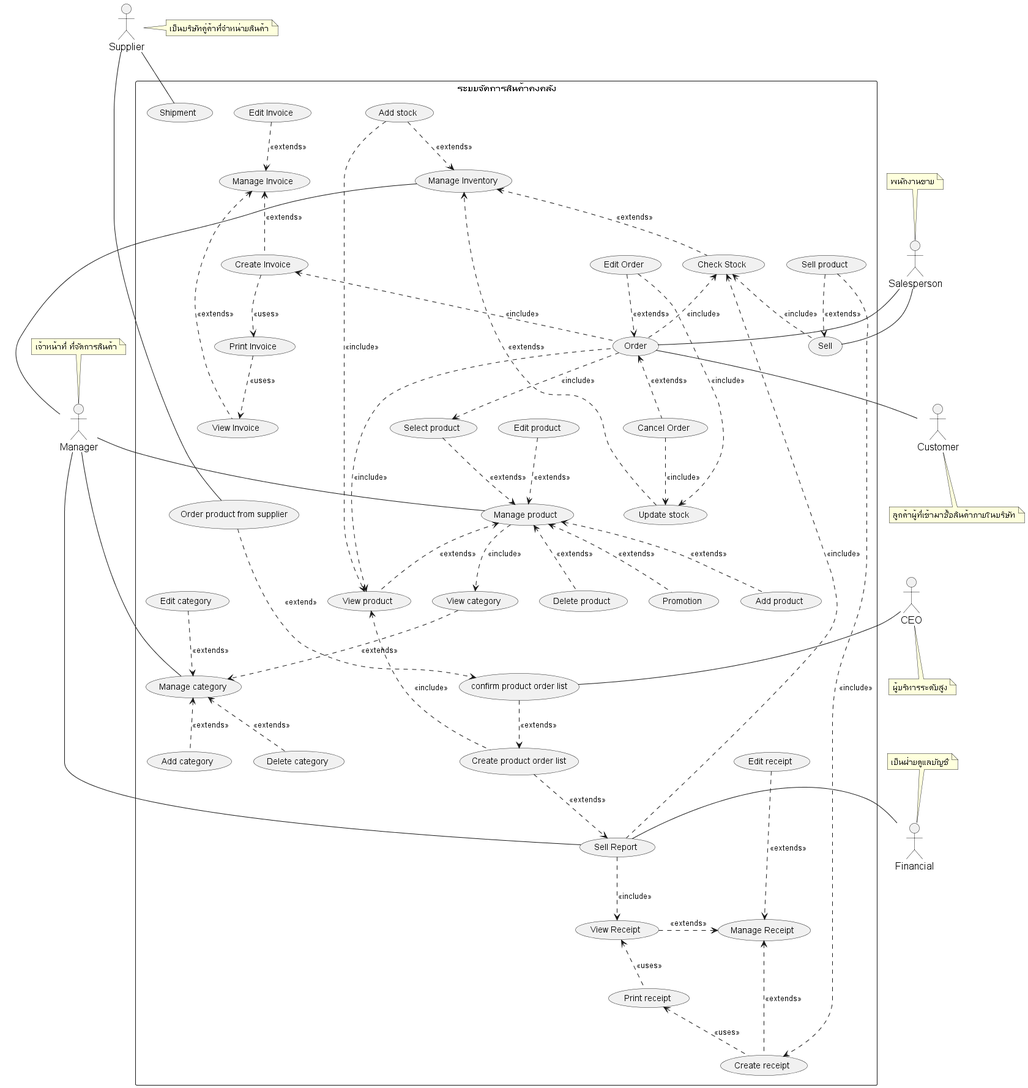
Earlier version of the PlantUML export out/system-analysis/usecase/_0_usecase-diagram/_0_usecase-diagram.png (billowdev/inventory-system-plantuml-sequelize-seeder-example).
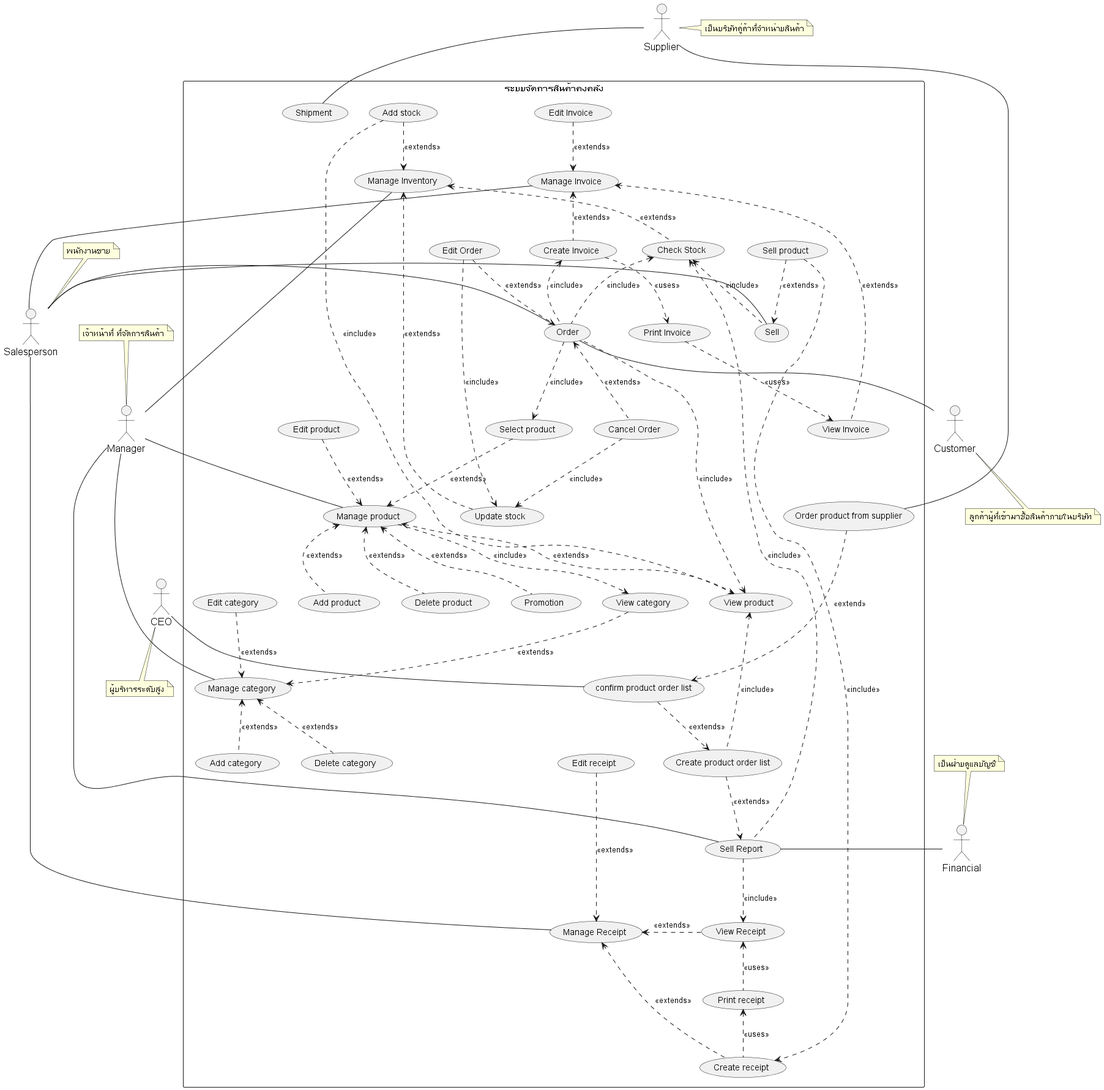
The same file after the commit.

Commit message:
extract usecase order

Change to the diagram source:
```diff
@@ -141,12 +141,15 @@
     (usecaseCreateInvoice) ..> (usecasePrintInvoice) : <<uses>>
     (usecasePrintInvoice) ..> (usecaseViewInvoice) : <<uses>>
 
+     (usecaseInvoice) -- actorSalesperson
+
     (usecaseCreateReceipt) .up.> (usecaseReceipt) : <<extends>>
     (usecaseViewReceipt) .> (usecaseReceipt) : <<extends>>
     (usecaseEditReceipt) ...> (usecaseReceipt) : <<extends>>
     (usecaseCreateReceipt) .up.> (usecasePrintReceipt) : <<uses>>
     (usecaseViewReceipt)  <..   (usecasePrintReceipt): <<uses>>
 
+    (usecaseReceipt) -- actorSalesperson
 
     actorManager -- (usecaseSellReport)
     actorFinancial -right- (usecaseSellReport)
@@ -160,10 +163,8 @@
     (usecaseViewProduct) <... (usecaseCreateProductOrderList) : <<include>>
     (usecaseConfirmOrderList) ..> (usecaseCreateProductOrderList) : <<extends>>
     (usecaseOrderProductFromSupplier) ...> (usecaseConfirmOrderList)  : <<extend>>
+
     actorSupplier -- (usecaseOrderProductFromSupplier)
-
-
-
     actorCEO -- (usecaseConfirmOrderList)
 
 
```
